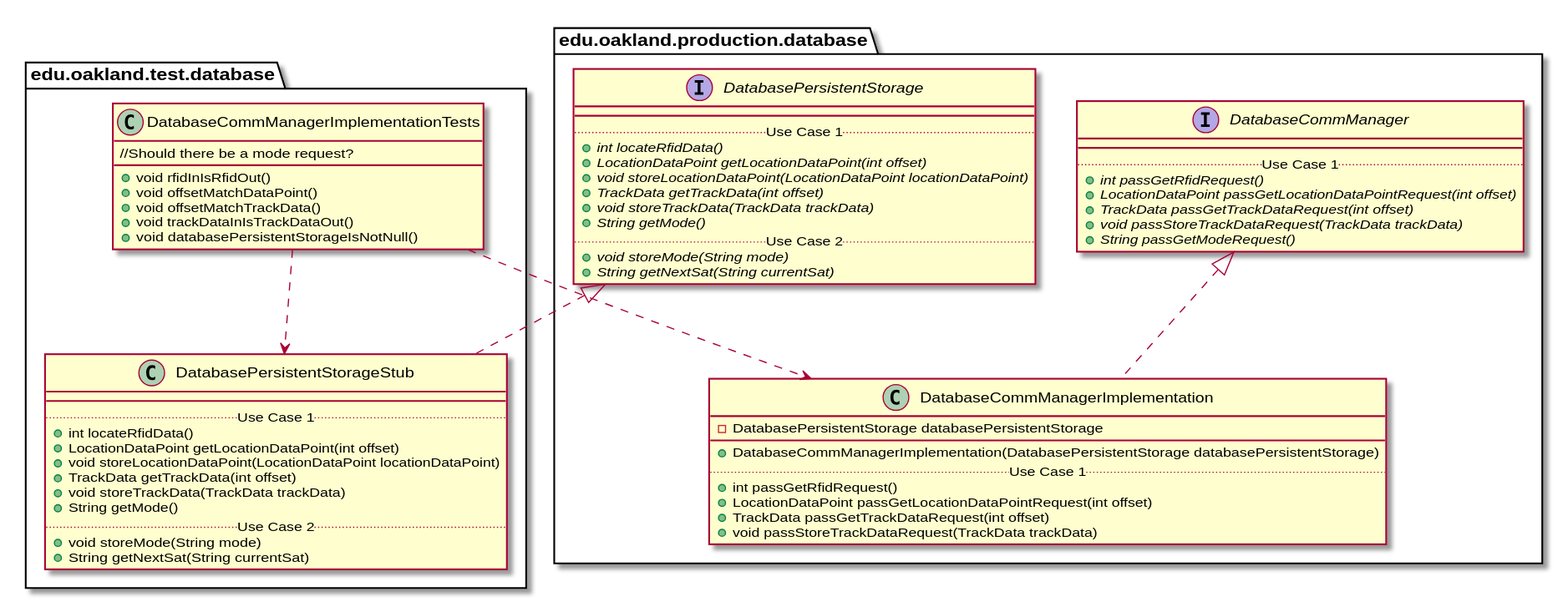
elilley15/csi-3370-software-project keeps this PlantUML diagram as docs/uml-class-diagrams/database/test/DatabaseCommManagerImplementationTests/DatabaseCommManagerImplementationTests_Closure.svg. Above is the earlier version. The source it was exported from:
```plantuml
@startuml DatabaseCommManagerImplementationTests_Closure


package edu.oakland.test.database {
    class DatabaseCommManagerImplementationTests {
        + void rfidInIsRfidOut()
        + void offsetMatchDataPoint()
        + void offsetMatchTrackData()
        + void trackDataInIsTrackDataOut()
        + void databasePersistentStorageIsNotNull()
        //Should there be a mode request?

    }
}




package edu.oakland.test.database {
    class DatabasePersistentStorageStub {
        __
        .. Use Case 1 ..
        + int locateRfidData()
        + LocationDataPoint getLocationDataPoint(int offset)
        + void storeLocationDataPoint(LocationDataPoint locationDataPoint)
        + TrackData getTrackData(int offset)
        + void storeTrackData(TrackData trackData)
        + String getMode()
        .. Use Case 2 ..
        + void storeMode(String mode)
        + String getNextSat(String currentSat)
    }
}




package edu.oakland.production.database {
    interface DatabasePersistentStorage {
        __
        .. Use Case 1 ..
        {abstract} + int locateRfidData()
        {abstract} + LocationDataPoint getLocationDataPoint(int offset)
        {abstract} + void storeLocationDataPoint(LocationDataPoint locationDataPoint)
        {abstract} + TrackData getTrackData(int offset)
        {abstract} + void storeTrackData(TrackData trackData)
        {abstract} + String getMode()
        .. Use Case 2 ..
        {abstract} + void storeMode(String mode)
        {abstract} + String getNextSat(String currentSat)
    }
}






DatabasePersistentStorageStub .up.|> DatabasePersistentStorage



DatabaseCommManagerImplementationTests ..> DatabasePersistentStorageStub



package edu.oakland.production.database {
    class DatabaseCommManagerImplementation {
        - DatabasePersistentStorage databasePersistentStorage
        __
        + DatabaseCommManagerImplementation(DatabasePersistentStorage databasePersistentStorage)
        .. Use Case 1 ..
        + int passGetRfidRequest()
        + LocationDataPoint passGetLocationDataPointRequest(int offset)
        + TrackData passGetTrackDataRequest(int offset)
        + void passStoreTrackDataRequest(TrackData trackData)
    }
}




package edu.oakland.production.database {
    interface DatabaseCommManager {
        __
        .. Use Case 1 ..
        {abstract} + int passGetRfidRequest()
        {abstract} + LocationDataPoint passGetLocationDataPointRequest(int offset)
        {abstract} + TrackData passGetTrackDataRequest(int offset)
        {abstract} + void passStoreTrackDataRequest(TrackData trackData)
        {abstract} + String passGetModeRequest()
    }
}






DatabaseCommManagerImplementation .up.|> DatabaseCommManager





DatabaseCommManagerImplementationTests ..> DatabaseCommManagerImplementation



@enduml
```
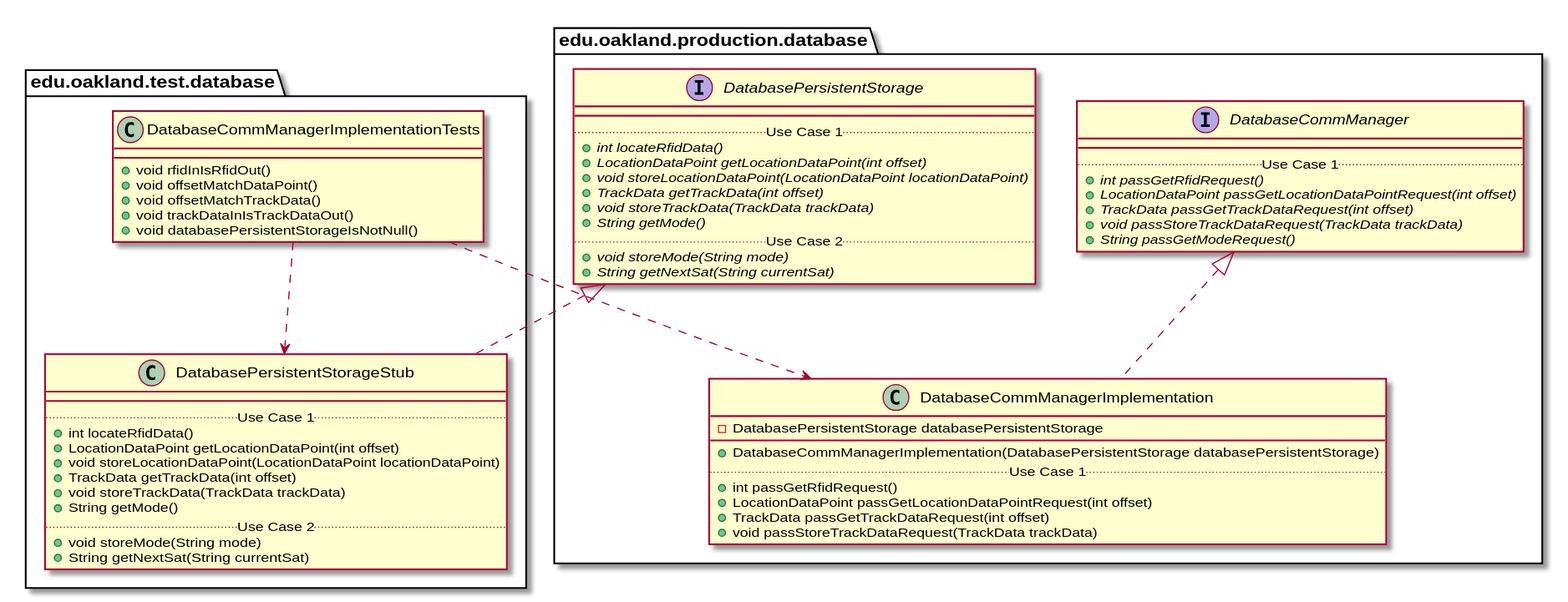
Later version of the same file.

The edit, as a diff of the source:
```diff
@@ -8,8 +8,6 @@
         + void offsetMatchTrackData()
         + void trackDataInIsTrackDataOut()
         + void databasePersistentStorageIsNotNull()
-        //Should there be a mode request?
-
     }
 }
 
```
